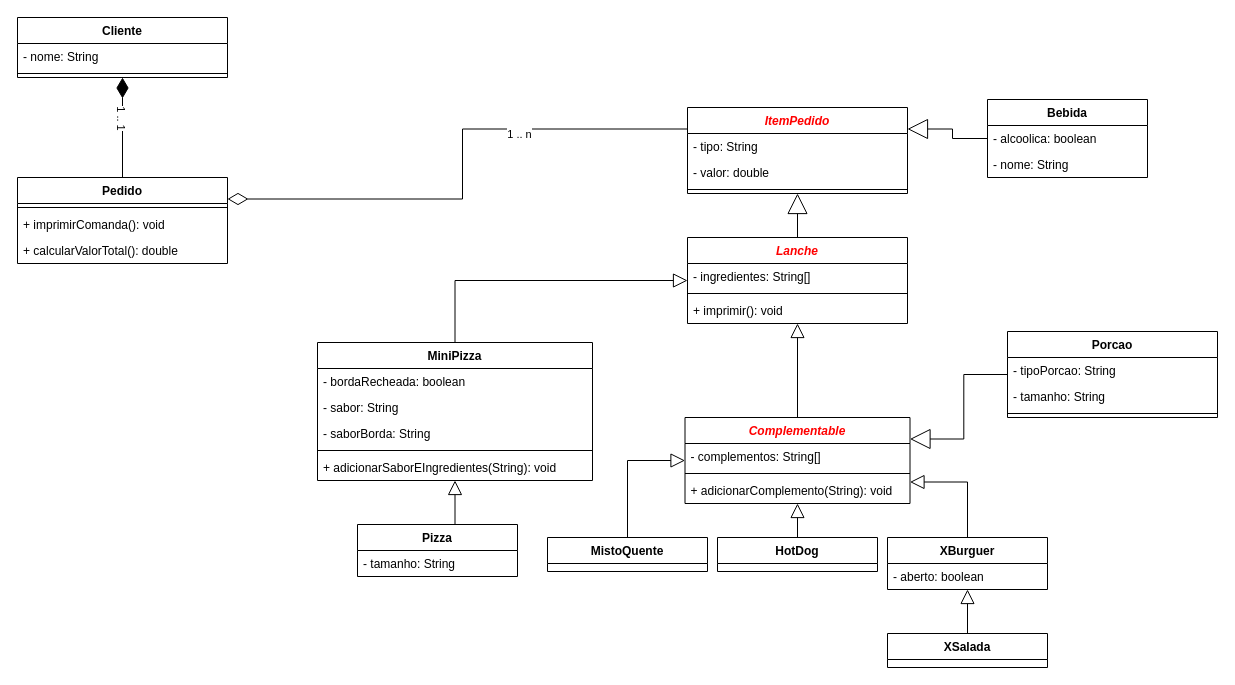
hannaBanannaOF/entra21-git-inicio keeps this draw.io diagram as page "Lanches" (1 of 9) of diagramas.drawio. Above is the earlier version. Source tidied: cells renumbered, new cells numbered last; positions are measured from the earlier drawing's top-left corner, leaving out a move shared by most shapes. Both pictures are drawn from the tidied source at 100%, with x=0, y=0 at pixel (17, 17).
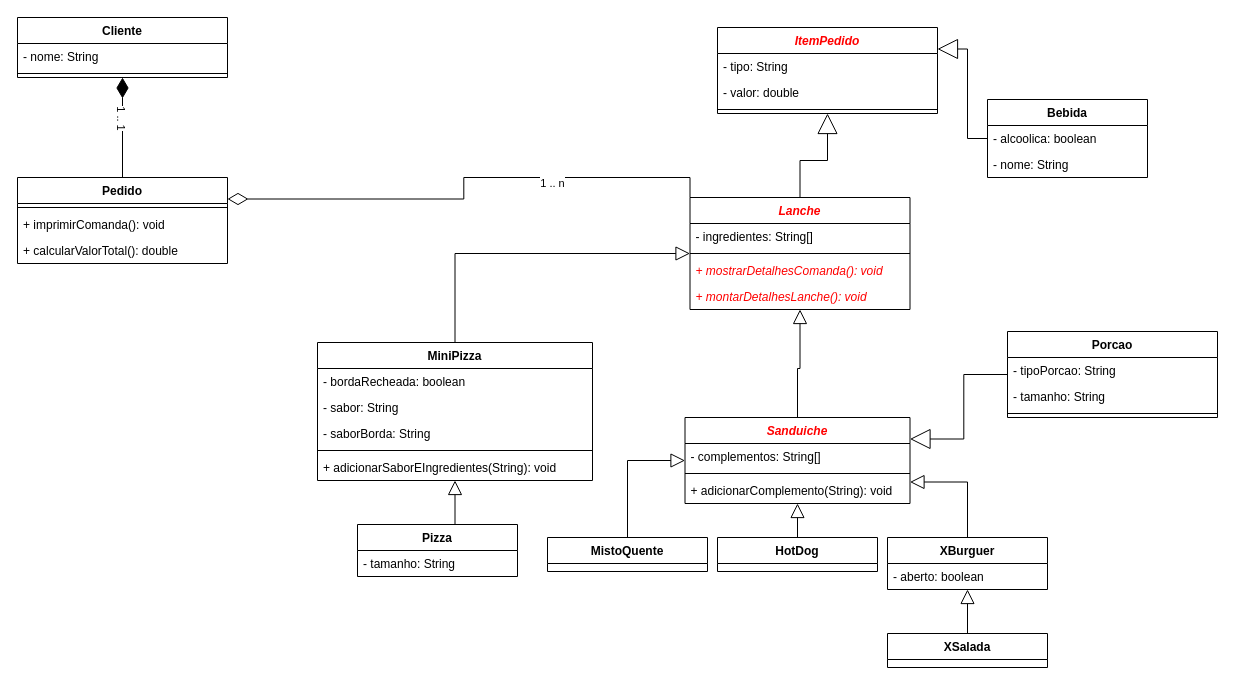
After the change.

The change refers to these unchanged cells:
```xml
<mxCell id="19" value="Pedido" style="swimlane;fontStyle=1;align=center;verticalAlign=top;horizontal=1;startSize=26;" parent="1" vertex="1">
  <mxGeometry y="160" width="210" height="86" as="geometry" />
</mxCell>
```

The edit, as a diff of the source:
```diff
@@
     <mxCell id="3" value="Lanche" style="swimlane;fontStyle=3;align=center;verticalAlign=top;horizontal=1;startSize=26;fontColor=#FF0000;" parent="1" vertex="1">
-      <mxGeometry x="670" y="220" width="220" height="86" as="geometry" />
+      <mxGeometry x="672.5" y="180" width="220" height="112" as="geometry" />
     </mxCell>
@@
-    <mxCell id="6" value="+ imprimir(): void" style="text;strokeColor=none;fillColor=none;align=left;verticalAlign=top;spacingLeft=4;spacingRight=4;overflow=hidden;" parent="3" vertex="1">
+    <mxCell id="6" value="+ mostrarDetalhesComanda(): void" style="text;strokeColor=none;fillColor=none;align=left;verticalAlign=top;spacingLeft=4;spacingRight=4;overflow=hidden;fontStyle=2;labelBackgroundColor=none;fontColor=#FF0000;" parent="3" vertex="1">
       <mxGeometry y="60" width="220" height="26" as="geometry" />
     </mxCell>
+    <mxCell id="55" value="+ montarDetalhesLanche(): void" style="text;strokeColor=none;fillColor=none;align=left;verticalAlign=top;spacingLeft=4;spacingRight=4;overflow=hidden;fontStyle=2;labelBackgroundColor=none;fontColor=#FF0000;" parent="3" vertex="1">
+      <mxGeometry y="86" width="220" height="26" as="geometry" />
+    </mxCell>
@@
-    <mxCell id="17" style="edgeStyle=orthogonalEdgeStyle;rounded=0;jettySize=auto;html=1;exitX=1;exitY=0.25;exitDx=0;exitDy=0;entryX=0;entryY=0.25;entryDx=0;entryDy=0;endArrow=none;endFill=0;endSize=18;startArrow=diamondThin;startFill=0;startSize=18;" parent="1" edge="1" source="19" target="51">
+    <mxCell id="17" style="edgeStyle=orthogonalEdgeStyle;rounded=0;jettySize=auto;html=1;exitX=1;exitY=0.25;exitDx=0;exitDy=0;entryX=0;entryY=0;entryDx=0;entryDy=0;endArrow=none;endFill=0;endSize=18;startArrow=diamondThin;startFill=0;startSize=18;" parent="1" edge="1" source="19" target="3">
       <mxGeometry relative="1" as="geometry" />
     </mxCell>
@@
-    <mxCell id="34" value="Complementable" style="swimlane;fontStyle=3;align=center;verticalAlign=top;horizontal=1;startSize=26;fontColor=#FF0000;" parent="1" vertex="1">
+    <mxCell id="34" value="Sanduiche" style="swimlane;fontStyle=3;align=center;verticalAlign=top;horizontal=1;startSize=26;fontColor=#FF0000;" parent="1" vertex="1">
       <mxGeometry x="667.5" y="400" width="225" height="86" as="geometry" />
     </mxCell>
@@
     <mxCell id="51" value="ItemPedido" style="swimlane;fontStyle=3;align=center;verticalAlign=top;horizontal=1;startSize=26;fontColor=#FF0000;" parent="1" vertex="1">
-      <mxGeometry x="670" y="90" width="220" height="86" as="geometry" />
+      <mxGeometry x="700" y="10" width="220" height="86" as="geometry" />
     </mxCell>
```
